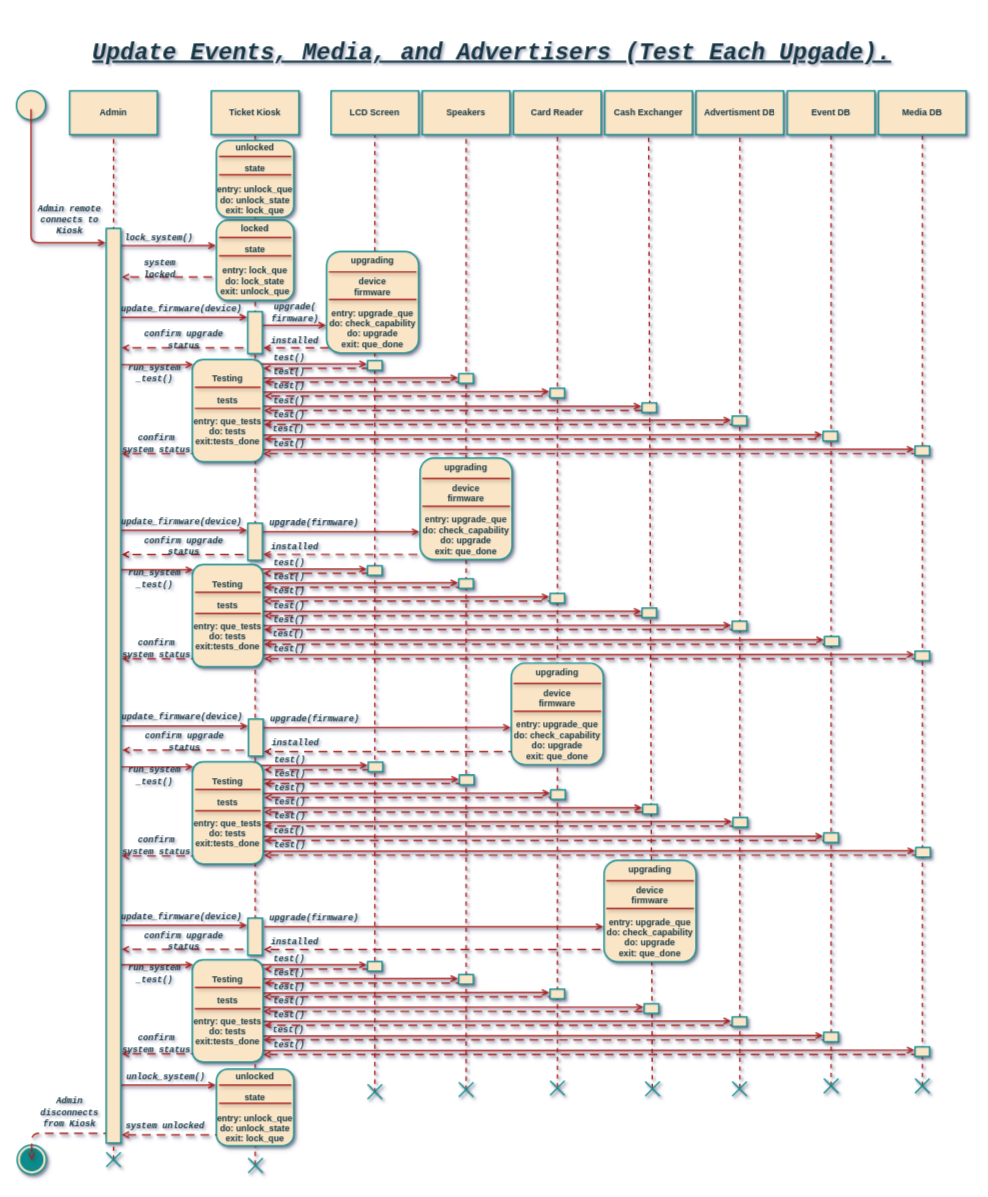
casonk/university-coursework keeps this draw.io diagram as page "ssd4" (4 of 5) of CSC382-Software_Engineering/HW/HW5/5.drawio. Above is the earlier version. Source tidied: cells renumbered, new cells numbered last; positions are measured from the earlier drawing's top-left corner, leaving out a move shared by most shapes. Both pictures are drawn from the tidied source at 73%, with x=0, y=0 at pixel (-344, 15).
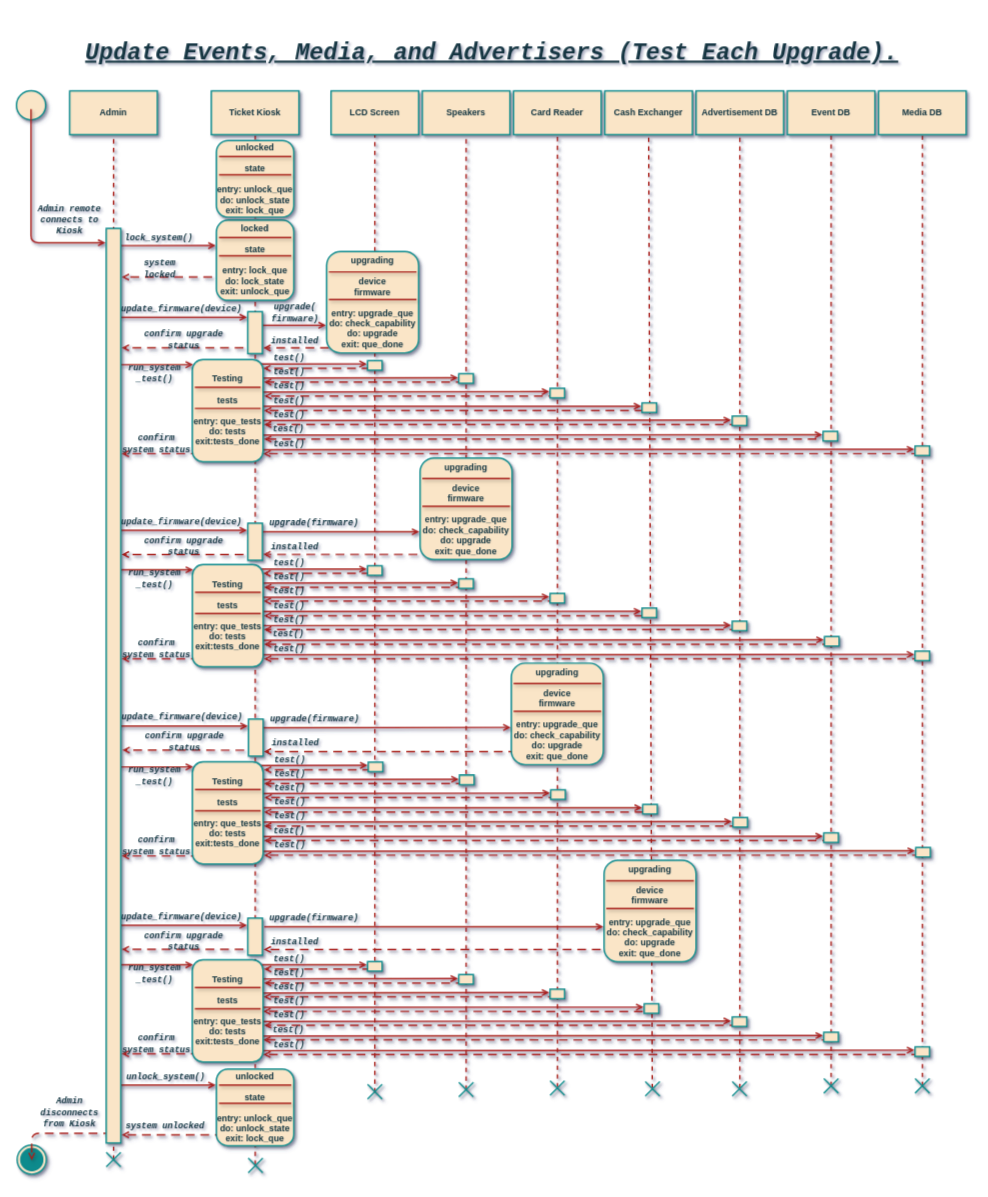
Above is the later version.

Change to the diagram source:
```diff
@@
-    <mxCell id="26" value="&lt;table class=&quot;MsoTableGrid&quot; border=&quot;0&quot; cellspacing=&quot;0&quot; cellpadding=&quot;0&quot; style=&quot;border-collapse: collapse ; border: none ; font-size: 30px&quot;&gt; &lt;tbody&gt;&lt;tr style=&quot;height: 7.15pt&quot;&gt;  &lt;td width=&quot;486&quot; valign=&quot;top&quot; style=&quot;width: 364.8pt ; padding: 0in 5.4pt 0in 5.4pt ; height: 7.15pt&quot;&gt;&lt;p class=&quot;Default&quot;&gt;&lt;i&gt;&lt;span style=&quot;font-family: &amp;#34;consolas&amp;#34;&quot;&gt;&lt;font size=&quot;1&quot;&gt;&lt;u style=&quot;font-size: 32px&quot;&gt;Update Events, Media, and Advertisers (Test Each Upgade).&lt;/u&gt;&lt;/font&gt;&lt;/span&gt;&lt;/i&gt;&lt;/p&gt;  &lt;/td&gt; &lt;/tr&gt;&lt;/tbody&gt;&lt;/table&gt;" style="text;html=1;strokeColor=none;fillColor=none;align=center;verticalAlign=middle;rounded=0;sketch=0;fontColor=#143642;shadow=1;fontStyle=1;strokeWidth=2;" parent="1" vertex="1">
+    <mxCell id="26" value="&lt;table class=&quot;MsoTableGrid&quot; border=&quot;0&quot; cellspacing=&quot;0&quot; cellpadding=&quot;0&quot; style=&quot;border-collapse: collapse ; border: none ; font-size: 30px&quot;&gt; &lt;tbody&gt;&lt;tr style=&quot;height: 7.15pt&quot;&gt;  &lt;td width=&quot;486&quot; valign=&quot;top&quot; style=&quot;width: 364.8pt ; padding: 0in 5.4pt 0in 5.4pt ; height: 7.15pt&quot;&gt;&lt;p class=&quot;Default&quot;&gt;&lt;i&gt;&lt;span style=&quot;font-family: &amp;#34;consolas&amp;#34;&quot;&gt;&lt;font size=&quot;1&quot;&gt;&lt;u style=&quot;font-size: 32px&quot;&gt;Update Events, Media, and Advertisers (Test Each Upgrade).&lt;/u&gt;&lt;/font&gt;&lt;/span&gt;&lt;/i&gt;&lt;/p&gt;  &lt;/td&gt; &lt;/tr&gt;&lt;/tbody&gt;&lt;/table&gt;" style="text;html=1;strokeColor=none;fillColor=none;align=center;verticalAlign=middle;rounded=0;sketch=0;fontColor=#143642;shadow=1;fontStyle=1;strokeWidth=2;" parent="1" vertex="1">
       <mxGeometry x="494" y="0.3" width="1300" height="103.7" as="geometry" />
     </mxCell>
@@
-    <mxCell id="52" value="Advertisment DB" style="whiteSpace=wrap;html=1;fillColor=#FAE5C7;strokeColor=#0F8B8D;fontColor=#143642;shadow=1;fontStyle=1;strokeWidth=2;" parent="1" vertex="1">
+    <mxCell id="52" value="Advertisement DB" style="whiteSpace=wrap;html=1;fillColor=#FAE5C7;strokeColor=#0F8B8D;fontColor=#143642;shadow=1;fontStyle=1;strokeWidth=2;" parent="1" vertex="1">
       <mxGeometry x="1424" y="104" width="120" height="60" as="geometry" />
     </mxCell>
```
